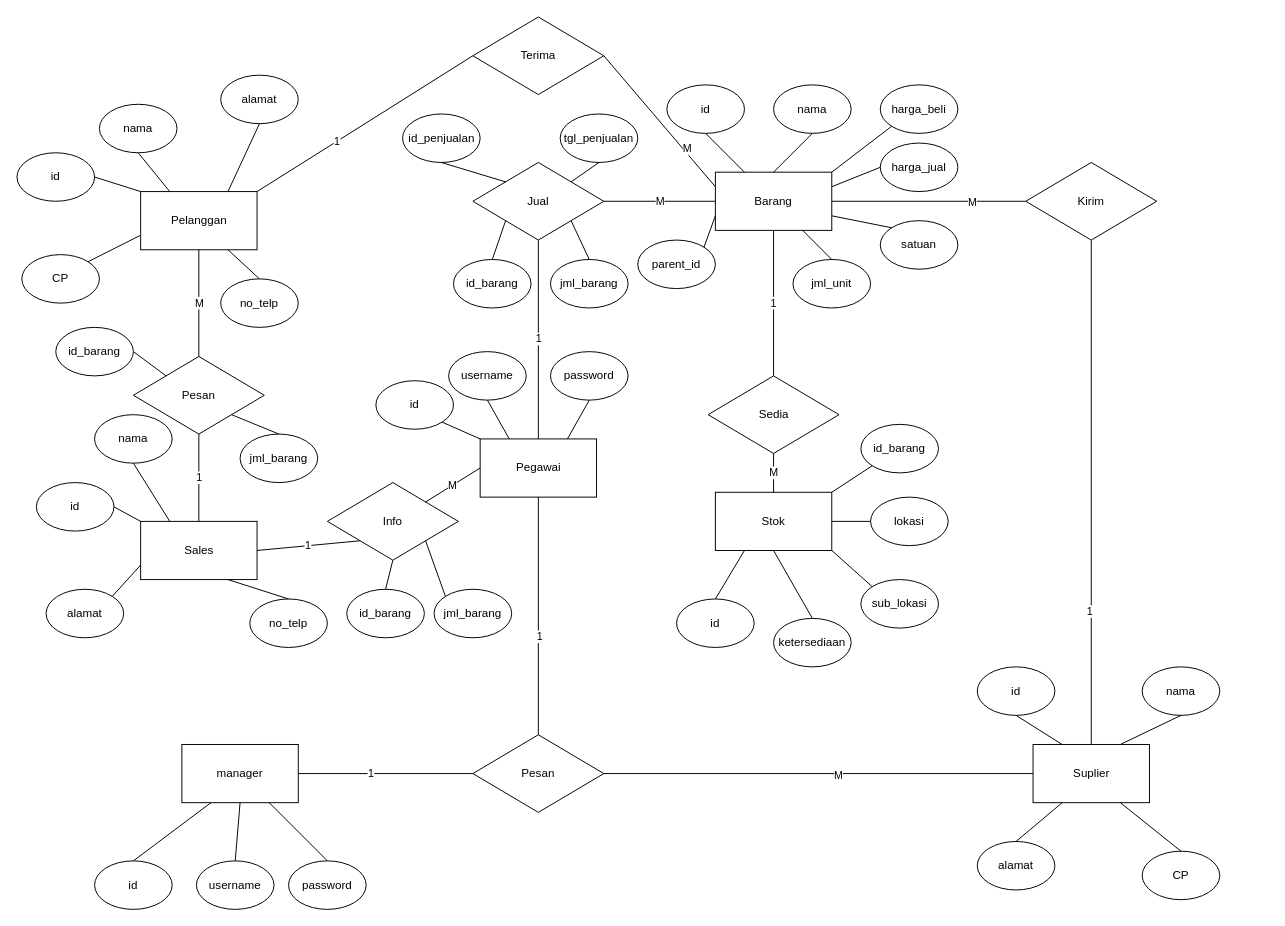
This is ERD Julian.drawio from m45adiwinata/TA-Julian, a draw.io file, before an edit. Source tidied: cells renumbered, new cells numbered last; positions are measured from the earlier drawing's top-left corner, leaving out a move shared by most shapes. Both pictures are drawn from the tidied source at 97%, with x=0, y=0 at pixel (16, 16).
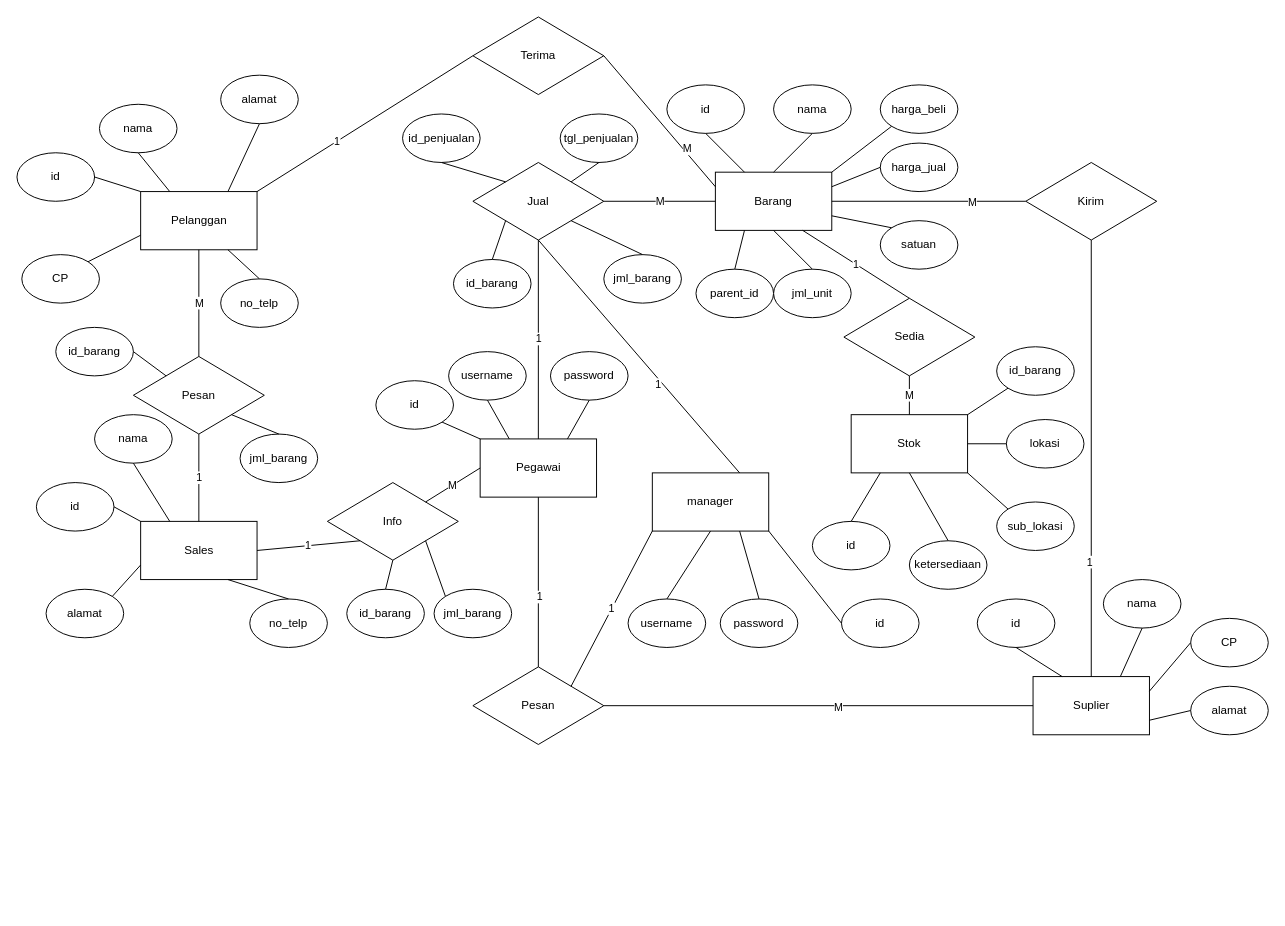
The same diagram, later.

Commit message (it also covers changes not shown here):
revisi ERD

The change refers to these unchanged cells:
```xml
<mxCell id="9" value="Jual" style="rhombus;whiteSpace=wrap;html=1;" parent="1" vertex="1">
  <mxGeometry x="470" y="150" width="135" height="80" as="geometry" />
</mxCell>
<mxCell id="18" value="Barang" style="rounded=0;whiteSpace=wrap;html=1;" parent="1" vertex="1">
  <mxGeometry x="720" y="160" width="120" height="60" as="geometry" />
</mxCell>
```

Diff of the diagram source:
```diff
@@
     <mxCell id="13" value="jml_barang" style="ellipse;whiteSpace=wrap;html=1;" parent="1" vertex="1">
-      <mxGeometry x="550" y="250" width="80" height="50" as="geometry" />
+      <mxGeometry x="605" y="245" width="80" height="50" as="geometry" />
     </mxCell>
@@
     <mxCell id="24" value="jml_unit" style="ellipse;whiteSpace=wrap;html=1;" parent="1" vertex="1">
-      <mxGeometry x="800" y="250" width="80" height="50" as="geometry" />
+      <mxGeometry x="780" y="260" width="80" height="50" as="geometry" />
     </mxCell>
     <mxCell id="25" value="parent_id" style="ellipse;whiteSpace=wrap;html=1;" parent="1" vertex="1">
-      <mxGeometry x="640" y="230" width="80" height="50" as="geometry" />
+      <mxGeometry x="700" y="260" width="80" height="50" as="geometry" />
     </mxCell>
@@
-    <mxCell id="31" style="endArrow=none;html=1;entryX=0.75;entryY=1;entryDx=0;entryDy=0;exitX=0.5;exitY=0;exitDx=0;exitDy=0;" parent="1" edge="1" source="24" target="18">
-      <mxGeometry relative="1" as="geometry" />
-    </mxCell>
-    <mxCell id="32" style="endArrow=none;html=1;entryX=0;entryY=0.75;entryDx=0;entryDy=0;exitX=1;exitY=0;exitDx=0;exitDy=0;" parent="1" edge="1" source="25" target="18">
+    <mxCell id="32" style="endArrow=none;html=1;entryX=0.25;entryY=1;entryDx=0;entryDy=0;exitX=0.5;exitY=0;exitDx=0;exitDy=0;" parent="1" edge="1" source="25" target="18">
       <mxGeometry relative="1" as="geometry" />
     </mxCell>
@@
     <mxCell id="34" value="Sedia" style="rhombus;whiteSpace=wrap;html=1;" parent="1" vertex="1">
-      <mxGeometry x="712.5" y="370" width="135" height="80" as="geometry" />
+      <mxGeometry x="852.5" y="290" width="135" height="80" as="geometry" />
     </mxCell>
-    <mxCell id="35" value="1" style="endArrow=none;html=1;entryX=0.5;entryY=1;entryDx=0;entryDy=0;exitX=0.5;exitY=0;exitDx=0;exitDy=0;" parent="1" edge="1" source="34" target="18">
+    <mxCell id="35" value="1" style="endArrow=none;html=1;entryX=0.75;entryY=1;entryDx=0;entryDy=0;exitX=0.5;exitY=0;exitDx=0;exitDy=0;" parent="1" edge="1" source="34" target="18">
       <mxGeometry relative="1" as="geometry" />
     </mxCell>
     <mxCell id="36" value="Stok" style="rounded=0;whiteSpace=wrap;html=1;" parent="1" vertex="1">
-      <mxGeometry x="720" y="490" width="120" height="60" as="geometry" />
+      <mxGeometry x="860" y="410" width="120" height="60" as="geometry" />
     </mxCell>
@@
     <mxCell id="38" value="id_barang" style="ellipse;whiteSpace=wrap;html=1;" parent="1" vertex="1">
-      <mxGeometry x="870" y="420" width="80" height="50" as="geometry" />
+      <mxGeometry x="1010" y="340" width="80" height="50" as="geometry" />
     </mxCell>
     <mxCell id="39" value="lokasi" style="ellipse;whiteSpace=wrap;html=1;" parent="1" vertex="1">
-      <mxGeometry x="880" y="495" width="80" height="50" as="geometry" />
+      <mxGeometry x="1020" y="415" width="80" height="50" as="geometry" />
     </mxCell>
     <mxCell id="40" value="sub_lokasi" style="ellipse;whiteSpace=wrap;html=1;" parent="1" vertex="1">
-      <mxGeometry x="870" y="580" width="80" height="50" as="geometry" />
+      <mxGeometry x="1010" y="500" width="80" height="50" as="geometry" />
     </mxCell>
     <mxCell id="41" value="ketersediaan" style="ellipse;whiteSpace=wrap;html=1;" parent="1" vertex="1">
-      <mxGeometry x="780" y="620" width="80" height="50" as="geometry" />
+      <mxGeometry x="920" y="540" width="80" height="50" as="geometry" />
     </mxCell>
     <mxCell id="42" value="id" style="ellipse;whiteSpace=wrap;html=1;" parent="1" vertex="1">
-      <mxGeometry x="680" y="600" width="80" height="50" as="geometry" />
+      <mxGeometry x="820" y="520" width="80" height="50" as="geometry" />
     </mxCell>
@@
     <mxCell id="51" value="Suplier" style="rounded=0;whiteSpace=wrap;html=1;" parent="1" vertex="1">
-      <mxGeometry x="1047.5" y="750" width="120" height="60" as="geometry" />
+      <mxGeometry x="1047.5" y="680" width="120" height="60" as="geometry" />
     </mxCell>
     <mxCell id="52" value="id" style="ellipse;whiteSpace=wrap;html=1;" parent="1" vertex="1">
-      <mxGeometry x="990" y="670" width="80" height="50" as="geometry" />
+      <mxGeometry x="990" y="600" width="80" height="50" as="geometry" />
     </mxCell>
     <mxCell id="53" value="nama" style="ellipse;whiteSpace=wrap;html=1;" parent="1" vertex="1">
-      <mxGeometry x="1160" y="670" width="80" height="50" as="geometry" />
+      <mxGeometry x="1120" y="580" width="80" height="50" as="geometry" />
     </mxCell>
     <mxCell id="54" value="CP" style="ellipse;whiteSpace=wrap;html=1;" parent="1" vertex="1">
-      <mxGeometry x="1160" y="860" width="80" height="50" as="geometry" />
+      <mxGeometry x="1210" y="620" width="80" height="50" as="geometry" />
     </mxCell>
     <mxCell id="55" value="alamat" style="ellipse;whiteSpace=wrap;html=1;" parent="1" vertex="1">
-      <mxGeometry x="990" y="850" width="80" height="50" as="geometry" />
+      <mxGeometry x="1210" y="690" width="80" height="50" as="geometry" />
     </mxCell>
@@
-    <mxCell id="58" style="endArrow=none;html=1;entryX=0.25;entryY=1;entryDx=0;entryDy=0;exitX=0.5;exitY=0;exitDx=0;exitDy=0;" parent="1" edge="1" source="55" target="51">
+    <mxCell id="58" style="endArrow=none;html=1;entryX=1;entryY=0.75;entryDx=0;entryDy=0;exitX=0;exitY=0.5;exitDx=0;exitDy=0;" parent="1" edge="1" source="55" target="51">
       <mxGeometry relative="1" as="geometry" />
     </mxCell>
-    <mxCell id="59" style="endArrow=none;html=1;entryX=0.75;entryY=1;entryDx=0;entryDy=0;exitX=0.5;exitY=0;exitDx=0;exitDy=0;" parent="1" edge="1" source="54" target="51">
+    <mxCell id="59" style="endArrow=none;html=1;entryX=1;entryY=0.25;entryDx=0;entryDy=0;exitX=0;exitY=0.5;exitDx=0;exitDy=0;" parent="1" edge="1" source="54" target="51">
       <mxGeometry relative="1" as="geometry" />
     </mxCell>
@@
     <mxCell id="62" value="Pesan" style="rhombus;whiteSpace=wrap;html=1;" parent="1" vertex="1">
-      <mxGeometry x="470" y="740" width="135" height="80" as="geometry" />
+      <mxGeometry x="470" y="670" width="135" height="80" as="geometry" />
     </mxCell>
@@
     <mxCell id="65" value="manager" style="rounded=0;whiteSpace=wrap;html=1;" parent="1" vertex="1">
-      <mxGeometry x="170" y="750" width="120" height="60" as="geometry" />
+      <mxGeometry x="655" y="470" width="120" height="60" as="geometry" />
     </mxCell>
     <mxCell id="66" value="id" style="ellipse;whiteSpace=wrap;html=1;" parent="1" vertex="1">
-      <mxGeometry x="80" y="870" width="80" height="50" as="geometry" />
+      <mxGeometry x="850" y="600" width="80" height="50" as="geometry" />
     </mxCell>
     <mxCell id="67" value="username" style="ellipse;whiteSpace=wrap;html=1;" parent="1" vertex="1">
-      <mxGeometry x="185" y="870" width="80" height="50" as="geometry" />
+      <mxGeometry x="630" y="600" width="80" height="50" as="geometry" />
     </mxCell>
     <mxCell id="68" value="password" style="ellipse;whiteSpace=wrap;html=1;" parent="1" vertex="1">
-      <mxGeometry x="280" y="870" width="80" height="50" as="geometry" />
+      <mxGeometry x="725" y="600" width="80" height="50" as="geometry" />
     </mxCell>
-    <mxCell id="69" style="endArrow=none;html=1;entryX=0;entryY=0.5;entryDx=0;entryDy=0;exitX=1;exitY=0.5;exitDx=0;exitDy=0;" parent="1" edge="1" source="65" target="62">
-      <mxGeometry relative="1" as="geometry" />
-    </mxCell>
-    <mxCell id="70" value="1" style="edgeLabel;html=1;align=center;verticalAlign=middle;" parent="69" vertex="1">
-      <mxGeometry x="-0.18" y="1" relative="1" as="geometry" />
-    </mxCell>
@@
-    <mxCell id="93" style="endArrow=none;html=1;entryX=0.25;entryY=1;entryDx=0;entryDy=0;exitX=0.5;exitY=0;exitDx=0;exitDy=0;" parent="1" edge="1" source="66" target="65">
+    <mxCell id="93" style="endArrow=none;html=1;entryX=1;entryY=1;entryDx=0;entryDy=0;exitX=0;exitY=0.5;exitDx=0;exitDy=0;" parent="1" edge="1" source="66" target="65">
       <mxGeometry relative="1" as="geometry" />
     </mxCell>
@@
+    <mxCell id="31" style="endArrow=none;html=1;entryX=0.5;entryY=1;entryDx=0;entryDy=0;exitX=0.5;exitY=0;exitDx=0;exitDy=0;" parent="1" edge="1" source="24" target="18">
+      <mxGeometry relative="1" as="geometry" />
+    </mxCell>
+    <mxCell id="116" style="endArrow=none;html=1;entryX=0.5;entryY=1;entryDx=0;entryDy=0;exitX=0.75;exitY=0;exitDx=0;exitDy=0;" parent="1" edge="1" source="65" target="9">
+      <mxGeometry relative="1" as="geometry" />
+    </mxCell>
+    <mxCell id="70" value="1" style="edgeLabel;html=1;align=center;verticalAlign=middle;" parent="116" vertex="1">
+      <mxGeometry x="-0.22" y="3" relative="1" as="geometry">
+        <mxPoint x="-1" as="offset" />
+      </mxGeometry>
+    </mxCell>
+    <mxCell id="117" value="1" style="endArrow=none;html=1;entryX=0;entryY=1;entryDx=0;entryDy=0;exitX=1;exitY=0;exitDx=0;exitDy=0;" parent="1" edge="1" source="62" target="65">
+      <mxGeometry relative="1" as="geometry" />
+    </mxCell>
```
